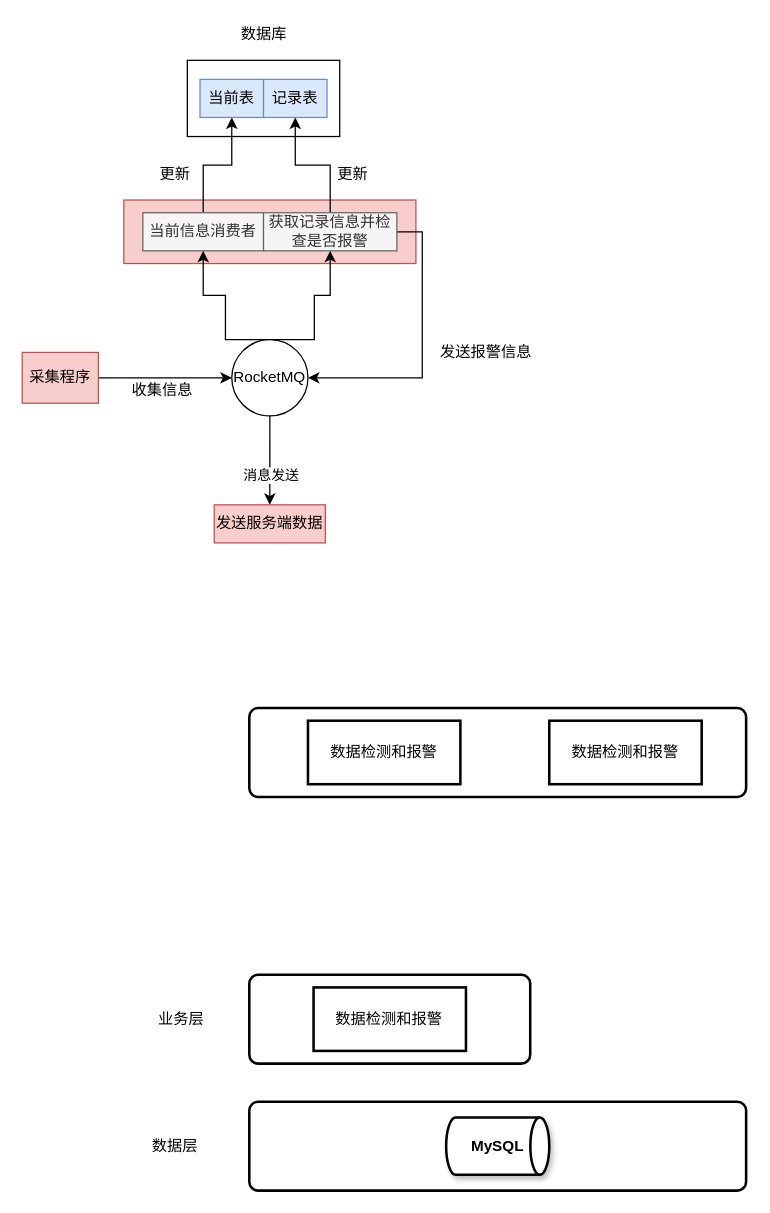
Earlier version of the draw.io diagram Untitled Diagram.drawio (hqius/draw). Source tidied: cells renumbered, new cells numbered last; positions are measured from the earlier drawing's top-left corner, leaving out a move shared by most shapes. Both pictures are drawn from the tidied source at 127%, with x=0, y=0 at pixel (22, 22).
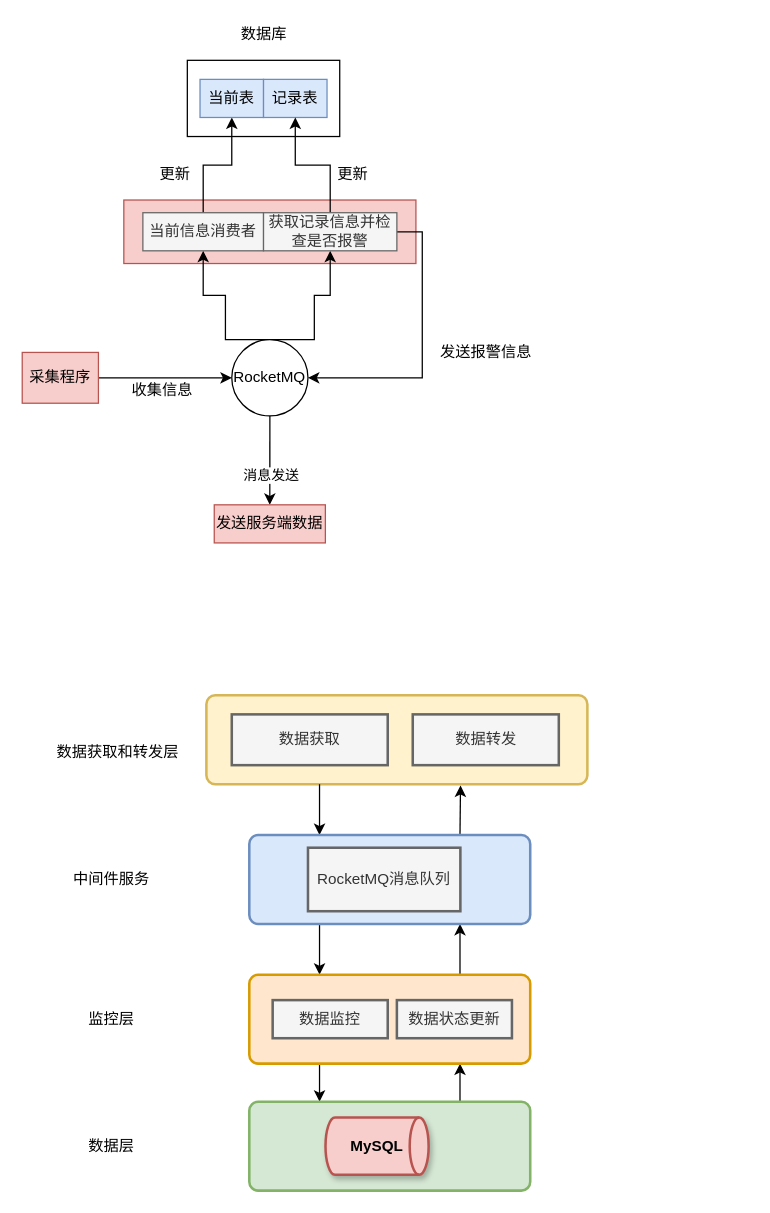
Above is the later version.

The edit, as a diff of the source:
```diff
@@
+    <mxCell id="33" style="rounded=1;whiteSpace=wrap;html=1;absoluteArcSize=1;arcSize=14;strokeWidth=2;shadow=0;fillColor=#fff2cc;strokeColor=#d6b656;" parent="1" vertex="1">
+      <mxGeometry x="145" y="530" width="300" height="70" as="geometry" />
+    </mxCell>
+    <mxCell id="34" style="edgeStyle=orthogonalEdgeStyle;rounded=0;jettySize=auto;html=1;exitX=0.25;exitY=0;exitDx=0;exitDy=0;entryX=0.25;entryY=1;entryDx=0;entryDy=0;startArrow=classic;startFill=1;endArrow=none;endFill=0;" parent="1" edge="1" source="2" target="27">
+      <mxGeometry relative="1" as="geometry" />
+    </mxCell>
+    <mxCell id="35" style="edgeStyle=orthogonalEdgeStyle;rounded=0;jettySize=auto;html=1;exitX=0.75;exitY=1;exitDx=0;exitDy=0;entryX=0.75;entryY=0;entryDx=0;entryDy=0;startArrow=classic;startFill=1;endArrow=none;endFill=0;" parent="1" edge="1" source="27" target="2">
+      <mxGeometry relative="1" as="geometry" />
+    </mxCell>
-    <mxCell id="2" style="rounded=1;whiteSpace=wrap;html=1;absoluteArcSize=1;arcSize=14;strokeWidth=2;shadow=0;" parent="1" vertex="1">
-      <mxGeometry x="178.8" y="850" width="391.2" height="70" as="geometry" />
+    <mxCell id="2" style="rounded=1;whiteSpace=wrap;html=1;absoluteArcSize=1;arcSize=14;strokeWidth=2;shadow=0;fillColor=#d5e8d4;strokeColor=#82b366;" parent="1" vertex="1">
+      <mxGeometry x="178.8" y="850" width="221.2" height="70" as="geometry" />
     </mxCell>
@@
-    <mxCell id="25" value="&lt;b&gt;MySQL&lt;/b&gt;" style="strokeWidth=2;html=1;shape=mxgraph.flowchart.direct_data;whiteSpace=wrap;shadow=1;" parent="1" vertex="1">
-      <mxGeometry x="333.8" y="862.5" width="81.2" height="45" as="geometry" />
+    <mxCell id="25" value="&lt;b&gt;MySQL&lt;/b&gt;" style="strokeWidth=2;html=1;shape=mxgraph.flowchart.direct_data;whiteSpace=wrap;shadow=1;fillColor=#f8cecc;strokeColor=#b85450;" parent="1" vertex="1">
+      <mxGeometry x="238.8" y="862.5" width="81.2" height="45" as="geometry" />
     </mxCell>
     <mxCell id="26" value="&lt;font style=&quot;font-size: 12px&quot;&gt;数据层&lt;/font&gt;" style="text;html=1;align=center;verticalAlign=middle;" parent="1" vertex="1">
-      <mxGeometry x="95" y="875" width="50" height="20" as="geometry" />
+      <mxGeometry x="45" y="875" width="50" height="20" as="geometry" />
     </mxCell>
+    <mxCell id="36" style="edgeStyle=orthogonalEdgeStyle;rounded=0;jettySize=auto;html=1;exitX=0.25;exitY=0;exitDx=0;exitDy=0;entryX=0.141;entryY=0.986;entryDx=0;entryDy=0;entryPerimeter=0;strokeColor=none;endArrow=none;endFill=0;" parent="1" edge="1" source="27" target="30">
+      <mxGeometry relative="1" as="geometry" />
+    </mxCell>
+    <mxCell id="37" style="edgeStyle=orthogonalEdgeStyle;rounded=0;jettySize=auto;html=1;exitX=0.25;exitY=0;exitDx=0;exitDy=0;entryX=0.25;entryY=1;entryDx=0;entryDy=0;startArrow=classic;startFill=1;endArrow=none;endFill=0;" parent="1" edge="1" source="27" target="30">
+      <mxGeometry relative="1" as="geometry" />
+    </mxCell>
+    <mxCell id="38" style="edgeStyle=orthogonalEdgeStyle;rounded=0;jettySize=auto;html=1;exitX=0.75;exitY=0;exitDx=0;exitDy=0;entryX=0.75;entryY=1;entryDx=0;entryDy=0;startArrow=none;startFill=0;endArrow=classic;endFill=1;" parent="1" edge="1" source="27" target="30">
+      <mxGeometry relative="1" as="geometry" />
+    </mxCell>
-    <mxCell id="27" style="rounded=1;whiteSpace=wrap;html=1;absoluteArcSize=1;arcSize=14;strokeWidth=2;shadow=0;" parent="1" vertex="1">
+    <mxCell id="27" style="rounded=1;whiteSpace=wrap;html=1;absoluteArcSize=1;arcSize=14;strokeWidth=2;shadow=0;fillColor=#ffe6cc;strokeColor=#d79b00;" parent="1" vertex="1">
       <mxGeometry x="178.8" y="750" width="221.2" height="70" as="geometry" />
     </mxCell>
-    <mxCell id="28" value="业务层" style="text;html=1;align=center;verticalAlign=middle;" parent="1" vertex="1">
-      <mxGeometry x="100" y="775" width="50" height="20" as="geometry" />
+    <mxCell id="28" value="监控层" style="text;html=1;align=center;verticalAlign=middle;" parent="1" vertex="1">
+      <mxGeometry x="45" y="775" width="50" height="20" as="geometry" />
     </mxCell>
-    <mxCell id="29" value="数据检测和报警" style="rounded=0;whiteSpace=wrap;html=1;absoluteArcSize=1;arcSize=14;strokeWidth=2;shadow=0;" parent="1" vertex="1">
-      <mxGeometry x="229.4" y="760" width="120" height="50" as="geometry" />
+    <mxCell id="29" value="数据监控" style="rounded=0;whiteSpace=wrap;html=1;absoluteArcSize=1;arcSize=14;strokeWidth=2;shadow=0;fillColor=#f5f5f5;strokeColor=#666666;fontColor=#333333;" parent="1" vertex="1">
+      <mxGeometry x="197.2" y="770" width="90.6" height="30" as="geometry" />
     </mxCell>
+    <mxCell id="39" style="edgeStyle=orthogonalEdgeStyle;rounded=0;jettySize=auto;html=1;exitX=0.25;exitY=0;exitDx=0;exitDy=0;entryX=0.297;entryY=1;entryDx=0;entryDy=0;entryPerimeter=0;startArrow=classic;startFill=1;endArrow=none;endFill=0;" parent="1" edge="1" source="30" target="33">
+      <mxGeometry relative="1" as="geometry" />
+    </mxCell>
+    <mxCell id="40" style="edgeStyle=orthogonalEdgeStyle;rounded=0;jettySize=auto;html=1;exitX=0.75;exitY=0;exitDx=0;exitDy=0;entryX=0.667;entryY=1.014;entryDx=0;entryDy=0;entryPerimeter=0;startArrow=none;startFill=0;endArrow=classic;endFill=1;" parent="1" edge="1" source="30" target="33">
+      <mxGeometry relative="1" as="geometry" />
+    </mxCell>
-    <mxCell id="30" style="rounded=1;whiteSpace=wrap;html=1;absoluteArcSize=1;arcSize=14;strokeWidth=2;shadow=0;" parent="1" vertex="1">
-      <mxGeometry x="178.8" y="540" width="391.2" height="70" as="geometry" />
+    <mxCell id="30" style="rounded=1;whiteSpace=wrap;html=1;absoluteArcSize=1;arcSize=14;strokeWidth=2;shadow=0;fillColor=#dae8fc;strokeColor=#6c8ebf;" parent="1" vertex="1">
+      <mxGeometry x="178.8" y="640" width="221.2" height="70" as="geometry" />
     </mxCell>
-    <mxCell id="31" value="数据检测和报警" style="rounded=0;whiteSpace=wrap;html=1;absoluteArcSize=1;arcSize=14;strokeWidth=2;shadow=0;" parent="1" vertex="1">
-      <mxGeometry x="225" y="550" width="120" height="50" as="geometry" />
+    <mxCell id="31" value="数据获取" style="rounded=0;whiteSpace=wrap;html=1;absoluteArcSize=1;arcSize=14;strokeWidth=2;shadow=0;fillColor=#f5f5f5;strokeColor=#666666;fontColor=#333333;" parent="1" vertex="1">
+      <mxGeometry x="165" y="545" width="122.8" height="40" as="geometry" />
     </mxCell>
-    <mxCell id="32" value="数据检测和报警" style="rounded=0;whiteSpace=wrap;html=1;absoluteArcSize=1;arcSize=14;strokeWidth=2;shadow=0;" parent="1" vertex="1">
-      <mxGeometry x="415" y="550" width="120" height="50" as="geometry" />
+    <mxCell id="32" value="数据转发" style="rounded=0;whiteSpace=wrap;html=1;absoluteArcSize=1;arcSize=14;strokeWidth=2;shadow=0;fillColor=#f5f5f5;strokeColor=#666666;fontColor=#333333;" parent="1" vertex="1">
+      <mxGeometry x="307.5" y="545" width="115" height="40" as="geometry" />
     </mxCell>
+    <mxCell id="41" value="数据状态更新" style="rounded=0;whiteSpace=wrap;html=1;absoluteArcSize=1;arcSize=14;strokeWidth=2;shadow=0;fillColor=#f5f5f5;strokeColor=#666666;fontColor=#333333;" parent="1" vertex="1">
+      <mxGeometry x="295" y="770" width="90.6" height="30" as="geometry" />
+    </mxCell>
+    <mxCell id="42" value="中间件服务" style="text;html=1;align=center;verticalAlign=middle;" parent="1" vertex="1">
+      <mxGeometry x="30" y="665" width="80" height="20" as="geometry" />
+    </mxCell>
+    <mxCell id="43" value="RocketMQ消息队列" style="rounded=0;whiteSpace=wrap;html=1;absoluteArcSize=1;arcSize=14;strokeWidth=2;shadow=0;fillColor=#f5f5f5;strokeColor=#666666;fontColor=#333333;" parent="1" vertex="1">
+      <mxGeometry x="225" y="650" width="120" height="50" as="geometry" />
+    </mxCell>
+    <mxCell id="44" value="数据获取和转发层" style="text;html=1;align=center;verticalAlign=middle;" parent="1" vertex="1">
+      <mxGeometry x="20" y="565" width="110" height="20" as="geometry" />
+    </mxCell>
```
